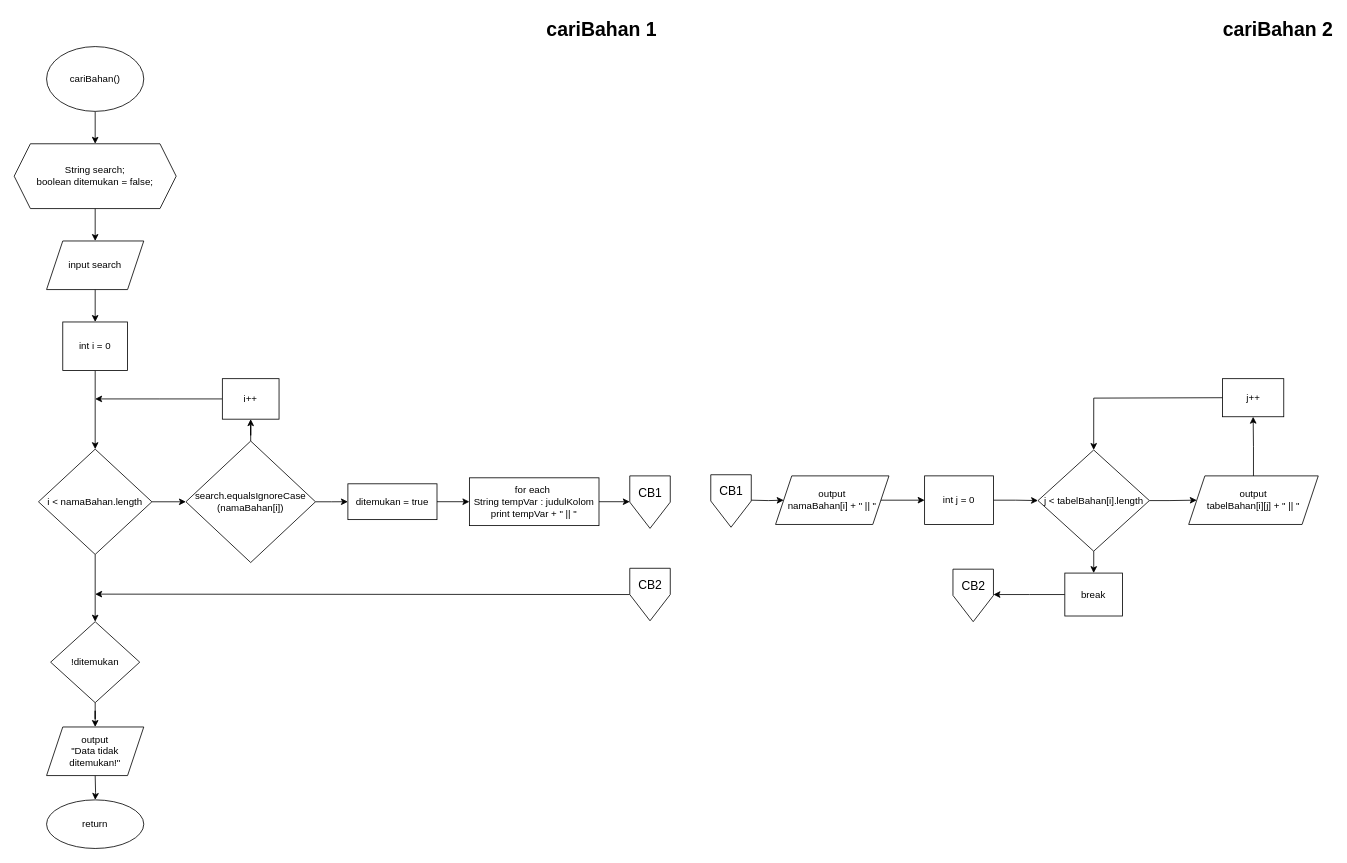
The draw.io diagram page "cariBahan" (8 of 9) of Tugas Akhir/Flowchart.drawio in nhaidaar/daspro, before the edit. Source tidied: cells renumbered, new cells numbered last; positions are measured from the earlier drawing's top-left corner, leaving out a move shared by most shapes. Both pictures are drawn from the tidied source at 81%, with x=0, y=0 at pixel (14, 14).
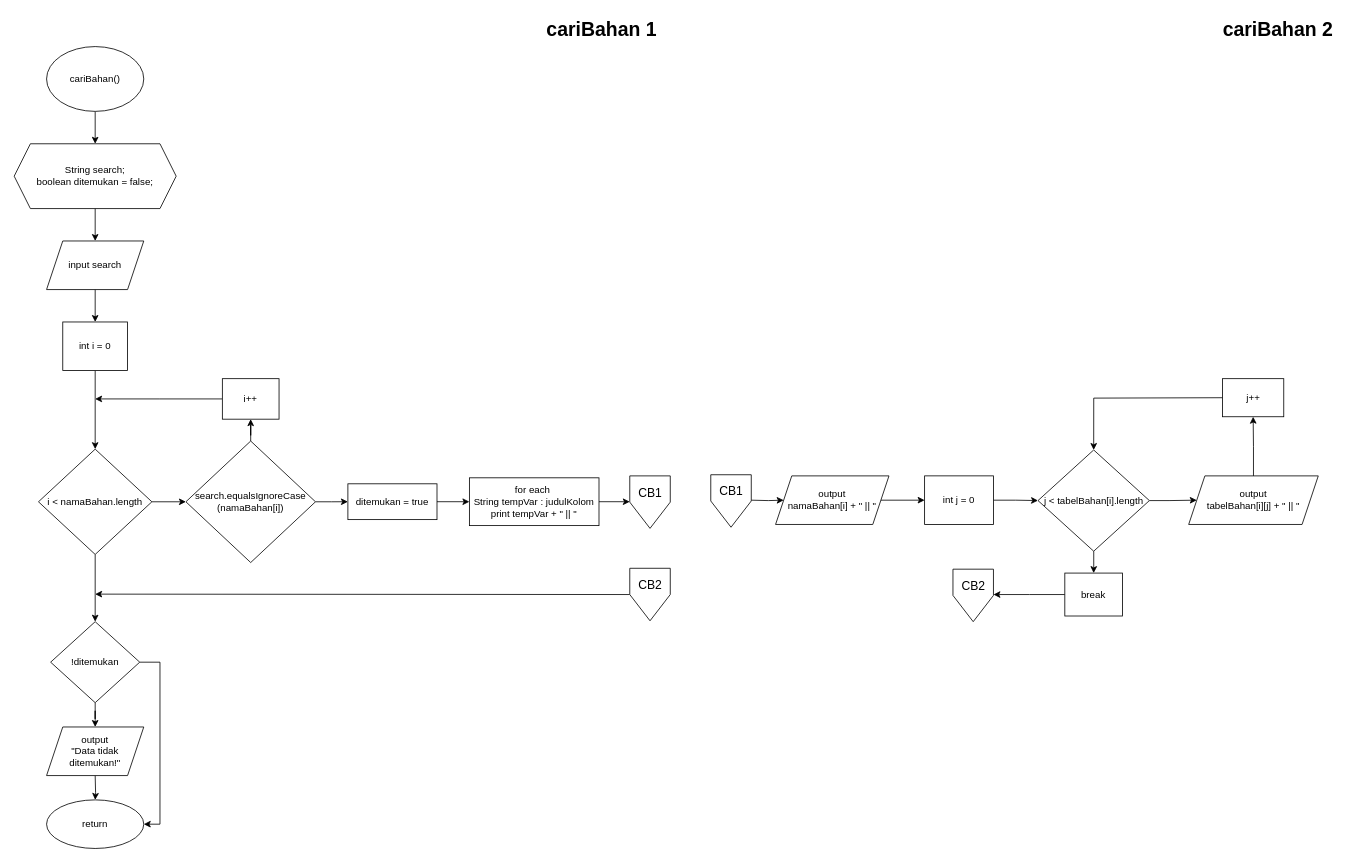
After the change.

Unchanged cells that the change refers to:
```xml
<mxCell id="17" value="!ditemukan" style="rhombus;whiteSpace=wrap;html=1;" parent="1" vertex="1">
  <mxGeometry x="45" y="750" width="110" height="100" as="geometry" />
</mxCell>
<mxCell id="19" value="return" style="ellipse;whiteSpace=wrap;html=1;" parent="1" vertex="1">
  <mxGeometry x="40" y="970" width="120" height="60" as="geometry" />
</mxCell>
```

Diff of the diagram source:
```diff
@@
+    <mxCell id="48" style="edgeStyle=orthogonalEdgeStyle;rounded=0;jettySize=auto;html=1;exitX=1;exitY=0.5;exitDx=0;exitDy=0;entryX=1;entryY=0.5;entryDx=0;entryDy=0;" parent="1" edge="1" source="17" target="19">
+      <mxGeometry relative="1" as="geometry" />
+    </mxCell>
```
